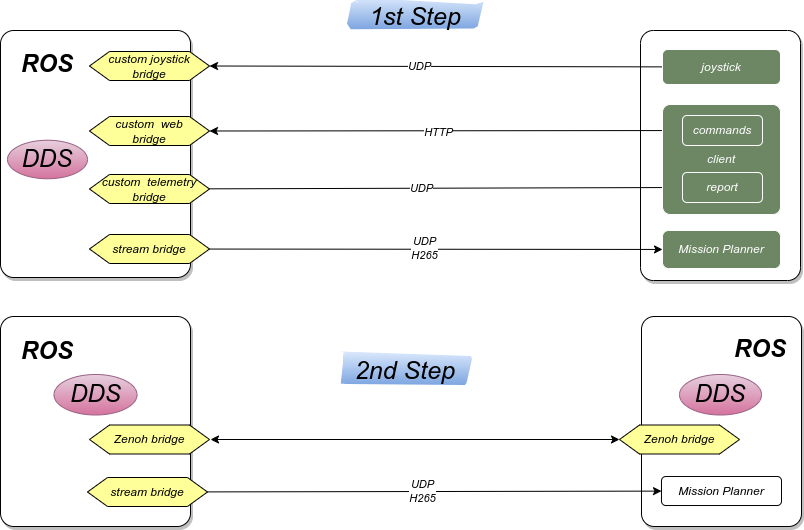
This is images/domains.drawio.png from ori-kruk/desgin, a draw.io export, as it was before one commit. Source tidied: cells renumbered, new cells last; positions are measured from the earlier drawing's top-left corner, leaving out a move shared by most shapes.
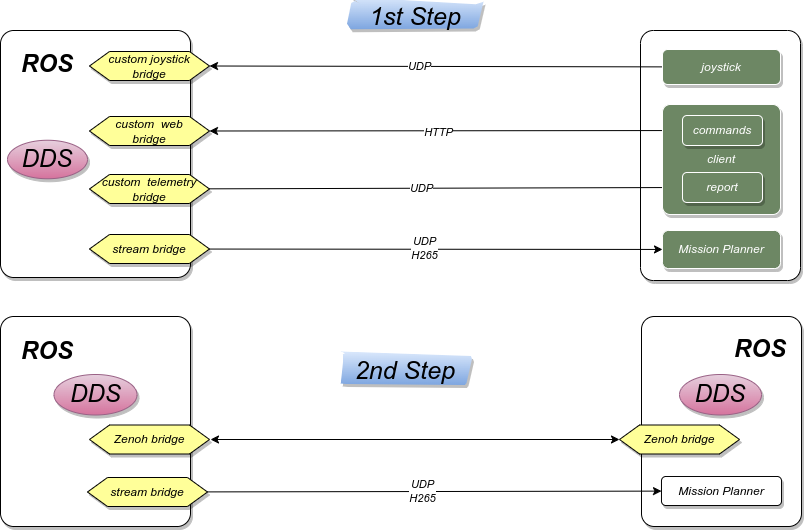
Above is the later version.

The edit, as a diff of the source:
```diff
@@ -8,13 +8,13 @@
     <mxCell id="3" style="rounded=1;whiteSpace=wrap;html=1;arcSize=7;fontStyle=2;shadow=1;" parent="1" vertex="1">
       <mxGeometry y="30" width="190" height="247" as="geometry" />
     </mxCell>
-    <mxCell id="4" value="custom joystick&lt;br&gt;bridge" style="shape=hexagon;perimeter=hexagonPerimeter2;whiteSpace=wrap;html=1;fixedSize=1;fontStyle=2;fillColor=#FFFF99;strokeColor=default;strokeWidth=1;perimeterSpacing=0;fontColor=#000000;" parent="1" vertex="1">
+    <mxCell id="4" value="custom joystick&lt;br&gt;bridge" style="shape=hexagon;perimeter=hexagonPerimeter2;whiteSpace=wrap;html=1;fixedSize=1;fontStyle=2;fillColor=#FFFF99;strokeColor=default;strokeWidth=1;perimeterSpacing=0;fontColor=#000000;shadow=1;" parent="1" vertex="1">
       <mxGeometry x="89" y="51" width="120" height="29" as="geometry" />
     </mxCell>
     <mxCell id="5" value="UDP" style="edgeStyle=none;html=1;entryX=1;entryY=0.5;entryDx=0;entryDy=0;fontStyle=2;" parent="1" edge="1" source="6" target="4">
       <mxGeometry x="0.07" relative="1" as="geometry" />
     </mxCell>
-    <mxCell id="6" value="joystick" style="rounded=1;whiteSpace=wrap;html=1;fillColor=#6d8764;fontColor=#ffffff;strokeColor=#FFFFFF;fontStyle=2;" parent="1" vertex="1">
+    <mxCell id="6" value="joystick" style="rounded=1;whiteSpace=wrap;html=1;fillColor=#6d8764;fontColor=#ffffff;strokeColor=#FFFFFF;fontStyle=2;shadow=1;" parent="1" vertex="1">
       <mxGeometry x="662" y="49" width="118" height="35" as="geometry" />
     </mxCell>
     <mxCell id="7" style="edgeStyle=none;html=1;entryX=1;entryY=0.5;entryDx=0;entryDy=0;fontStyle=2;" parent="1" edge="1" source="34" target="9">
@@ -25,13 +25,13 @@
         <mxPoint x="91" y="3" as="offset" />
       </mxGeometry>
     </mxCell>
-    <mxCell id="9" value="custom&amp;nbsp; web&lt;br&gt;bridge" style="shape=hexagon;perimeter=hexagonPerimeter2;whiteSpace=wrap;html=1;fixedSize=1;fontStyle=2;fillColor=#FFFF99;fontColor=#000000;strokeWidth=1;" parent="1" vertex="1">
+    <mxCell id="9" value="custom&amp;nbsp; web&lt;br&gt;bridge" style="shape=hexagon;perimeter=hexagonPerimeter2;whiteSpace=wrap;html=1;fixedSize=1;fontStyle=2;fillColor=#FFFF99;fontColor=#000000;strokeWidth=1;shadow=1;" parent="1" vertex="1">
       <mxGeometry x="89" y="116" width="120" height="29" as="geometry" />
     </mxCell>
     <mxCell id="10" value="UDP" style="edgeStyle=none;html=1;entryX=0;entryY=0.5;entryDx=0;entryDy=0;fontStyle=2;" parent="1" edge="1" source="11" target="35">
       <mxGeometry x="-0.11" relative="1" as="geometry" />
     </mxCell>
-    <mxCell id="11" value="custom&amp;nbsp; telemetry&lt;br&gt;bridge" style="shape=hexagon;perimeter=hexagonPerimeter2;whiteSpace=wrap;html=1;fixedSize=1;fontStyle=2;fillColor=#FFFF99;fontColor=#000000;strokeWidth=1;" parent="1" vertex="1">
+    <mxCell id="11" value="custom&amp;nbsp; telemetry&lt;br&gt;bridge" style="shape=hexagon;perimeter=hexagonPerimeter2;whiteSpace=wrap;html=1;fixedSize=1;fontStyle=2;fillColor=#FFFF99;fontColor=#000000;strokeWidth=1;shadow=1;" parent="1" vertex="1">
       <mxGeometry x="89" y="174" width="120" height="29" as="geometry" />
     </mxCell>
     <mxCell id="12" style="edgeStyle=none;html=1;fontStyle=2;" parent="1" edge="1" source="14" target="15">
@@ -42,10 +42,10 @@
         <mxPoint x="16" as="offset" />
       </mxGeometry>
     </mxCell>
-    <mxCell id="14" value="stream bridge" style="shape=hexagon;perimeter=hexagonPerimeter2;whiteSpace=wrap;html=1;fixedSize=1;fontStyle=2;fillColor=#FFFF99;fontColor=#000000;strokeWidth=1;gradientColor=none;fillStyle=auto;" parent="1" vertex="1">
+    <mxCell id="14" value="stream bridge" style="shape=hexagon;perimeter=hexagonPerimeter2;whiteSpace=wrap;html=1;fixedSize=1;fontStyle=2;fillColor=#FFFF99;fontColor=#000000;strokeWidth=1;gradientColor=none;fillStyle=auto;shadow=1;" parent="1" vertex="1">
       <mxGeometry x="89" y="234" width="120" height="29" as="geometry" />
     </mxCell>
-    <mxCell id="15" value="Mission Planner" style="rounded=1;whiteSpace=wrap;html=1;fillColor=#6d8764;fontColor=#ffffff;strokeColor=#FFFFFF;fontStyle=2;" parent="1" vertex="1">
+    <mxCell id="15" value="Mission Planner" style="rounded=1;whiteSpace=wrap;html=1;fillColor=#6d8764;fontColor=#ffffff;strokeColor=#FFFFFF;fontStyle=2;shadow=1;" parent="1" vertex="1">
       <mxGeometry x="662" y="230" width="118" height="38" as="geometry" />
     </mxCell>
     <mxCell id="16" value="ROS" style="text;strokeColor=none;align=center;fillColor=none;html=1;verticalAlign=middle;whiteSpace=wrap;rounded=0;fontStyle=3;fontSize=24;" parent="1" vertex="1">
@@ -65,10 +65,10 @@
         <mxPoint x="16" as="offset" />
       </mxGeometry>
     </mxCell>
-    <mxCell id="21" value="stream bridge" style="shape=hexagon;perimeter=hexagonPerimeter2;whiteSpace=wrap;html=1;fixedSize=1;fontStyle=2;fillColor=#FFFF99;fontColor=#000000;strokeWidth=1;" parent="1" vertex="1">
+    <mxCell id="21" value="stream bridge" style="shape=hexagon;perimeter=hexagonPerimeter2;whiteSpace=wrap;html=1;fixedSize=1;fontStyle=2;fillColor=#FFFF99;fontColor=#000000;strokeWidth=1;shadow=1;" parent="1" vertex="1">
       <mxGeometry x="87" y="477" width="120" height="29" as="geometry" />
     </mxCell>
-    <mxCell id="22" value="Mission Planner" style="rounded=1;whiteSpace=wrap;html=1;fontStyle=2;" parent="1" vertex="1">
+    <mxCell id="22" value="Mission Planner" style="rounded=1;whiteSpace=wrap;html=1;fontStyle=2;shadow=1;" parent="1" vertex="1">
       <mxGeometry x="661" y="476" width="120" height="29" as="geometry" />
     </mxCell>
     <mxCell id="23" value="ROS" style="text;strokeColor=none;align=center;fillColor=none;html=1;verticalAlign=middle;whiteSpace=wrap;rounded=0;fontStyle=3;fontSize=24;" parent="1" vertex="1">
@@ -77,10 +77,10 @@
     <mxCell id="24" value="ROS" style="text;strokeColor=none;align=center;fillColor=none;html=1;verticalAlign=middle;whiteSpace=wrap;rounded=0;fontStyle=3;fontSize=24;glass=0;" parent="1" vertex="1">
       <mxGeometry x="730" y="334" width="60" height="30" as="geometry" />
     </mxCell>
-    <mxCell id="25" value="Zenoh bridge" style="shape=hexagon;perimeter=hexagonPerimeter2;whiteSpace=wrap;html=1;fixedSize=1;fontStyle=2;fillColor=#FFFF99;fontColor=#000000;strokeWidth=1;" parent="1" vertex="1">
+    <mxCell id="25" value="Zenoh bridge" style="shape=hexagon;perimeter=hexagonPerimeter2;whiteSpace=wrap;html=1;fixedSize=1;fontStyle=2;fillColor=#FFFF99;fontColor=#000000;strokeWidth=1;shadow=1;" parent="1" vertex="1">
       <mxGeometry x="89" y="424.5" width="120" height="29" as="geometry" />
     </mxCell>
-    <mxCell id="26" value="Zenoh bridge" style="shape=hexagon;perimeter=hexagonPerimeter2;whiteSpace=wrap;html=1;fixedSize=1;fontStyle=2;rounded=0;fillColor=#FFFF99;fontColor=#000000;strokeWidth=1;" parent="1" vertex="1">
+    <mxCell id="26" value="Zenoh bridge" style="shape=hexagon;perimeter=hexagonPerimeter2;whiteSpace=wrap;html=1;fixedSize=1;fontStyle=2;rounded=0;fillColor=#FFFF99;fontColor=#000000;strokeWidth=1;shadow=1;" parent="1" vertex="1">
       <mxGeometry x="619" y="424.5" width="120" height="29" as="geometry" />
     </mxCell>
     <mxCell id="27" style="endArrow=classic;startArrow=classic;html=1;fontSize=24;entryX=0;entryY=0.5;entryDx=0;entryDy=0;fontStyle=2;" parent="1" edge="1" target="26">
@@ -88,28 +88,28 @@
         <mxPoint x="210" y="439" as="sourcePoint" />
       </mxGeometry>
     </mxCell>
-    <mxCell id="28" value="DDS" style="ellipse;whiteSpace=wrap;html=1;fontSize=24;fillColor=#e6d0de;gradientColor=#d5739d;strokeColor=#996185;fontStyle=2;" parent="1" vertex="1">
+    <mxCell id="28" value="DDS" style="ellipse;whiteSpace=wrap;html=1;fontSize=24;fillColor=#e6d0de;gradientColor=#d5739d;strokeColor=#996185;fontStyle=2;shadow=1;" parent="1" vertex="1">
       <mxGeometry x="679" y="374" width="82" height="40.5" as="geometry" />
     </mxCell>
-    <mxCell id="29" value="1st Step" style="text;strokeColor=none;align=center;fillColor=#dae8fc;html=1;verticalAlign=middle;whiteSpace=wrap;rounded=1;fontSize=25;gradientColor=#7ea6e0;fontStyle=2;sketch=1;curveFitting=1;jiggle=2;glass=0;" parent="1" vertex="1">
+    <mxCell id="29" value="1st Step" style="text;strokeColor=none;align=center;fillColor=#dae8fc;html=1;verticalAlign=middle;whiteSpace=wrap;rounded=1;fontSize=25;gradientColor=#7ea6e0;fontStyle=2;sketch=1;curveFitting=1;jiggle=2;glass=0;shadow=1;" parent="1" vertex="1">
       <mxGeometry x="349.5" width="130" height="30" as="geometry" />
     </mxCell>
-    <mxCell id="30" value="2nd Step" style="text;strokeColor=none;align=center;fillColor=#dae8fc;html=1;verticalAlign=middle;whiteSpace=wrap;rounded=1;fontSize=25;gradientColor=#7ea6e0;fontStyle=2;glass=0;sketch=1;curveFitting=1;jiggle=2;" parent="1" vertex="1">
+    <mxCell id="30" value="2nd Step" style="text;strokeColor=none;align=center;fillColor=#dae8fc;html=1;verticalAlign=middle;whiteSpace=wrap;rounded=1;fontSize=25;gradientColor=#7ea6e0;fontStyle=2;glass=0;sketch=1;curveFitting=1;jiggle=2;shadow=1;" parent="1" vertex="1">
       <mxGeometry x="340" y="354" width="130" height="30" as="geometry" />
     </mxCell>
-    <mxCell id="31" value="DDS" style="ellipse;whiteSpace=wrap;html=1;fontSize=24;fillColor=#e6d0de;gradientColor=#d5739d;strokeColor=#996185;fontStyle=2;" parent="1" vertex="1">
+    <mxCell id="31" value="DDS" style="ellipse;whiteSpace=wrap;html=1;fontSize=24;fillColor=#e6d0de;gradientColor=#d5739d;strokeColor=#996185;fontStyle=2;shadow=1;" parent="1" vertex="1">
       <mxGeometry x="53.5" y="374" width="83" height="40.5" as="geometry" />
     </mxCell>
-    <mxCell id="32" value="DDS" style="ellipse;whiteSpace=wrap;html=1;fontSize=24;fillColor=#e6d0de;strokeColor=#996185;gradientColor=#d5739d;fontStyle=2;" parent="1" vertex="1">
+    <mxCell id="32" value="DDS" style="ellipse;whiteSpace=wrap;html=1;fontSize=24;fillColor=#e6d0de;strokeColor=#996185;gradientColor=#d5739d;fontStyle=2;shadow=1;" parent="1" vertex="1">
       <mxGeometry x="7" y="139.8" width="80" height="38.5" as="geometry" />
     </mxCell>
-    <mxCell id="33" value="client" style="whiteSpace=wrap;html=1;fillColor=#6d8764;fontColor=#ffffff;strokeColor=#FFFFFF;fontStyle=2;rounded=1;arcSize=7;" parent="1" vertex="1">
+    <mxCell id="33" value="client" style="whiteSpace=wrap;html=1;fillColor=#6d8764;fontColor=#ffffff;strokeColor=#FFFFFF;fontStyle=2;rounded=1;arcSize=7;shadow=1;" parent="1" vertex="1">
       <mxGeometry x="662" y="104" width="118" height="110" as="geometry" />
     </mxCell>
-    <mxCell id="34" value="commands" style="rounded=1;whiteSpace=wrap;html=1;fillColor=#6d8764;fontColor=#ffffff;strokeColor=#FFFFFF;fontStyle=2;" parent="1" vertex="1">
+    <mxCell id="34" value="commands" style="rounded=1;whiteSpace=wrap;html=1;fillColor=#6d8764;fontColor=#ffffff;strokeColor=#FFFFFF;fontStyle=2;shadow=1;" parent="1" vertex="1">
       <mxGeometry x="682" y="115" width="80" height="30" as="geometry" />
     </mxCell>
-    <mxCell id="35" value="report" style="rounded=1;whiteSpace=wrap;html=1;fillColor=#6d8764;fontColor=#ffffff;strokeColor=#FFFFFF;fontStyle=2;" parent="1" vertex="1">
+    <mxCell id="35" value="report" style="rounded=1;whiteSpace=wrap;html=1;fillColor=#6d8764;fontColor=#ffffff;strokeColor=#FFFFFF;fontStyle=2;shadow=1;" parent="1" vertex="1">
       <mxGeometry x="682" y="172" width="80" height="30" as="geometry" />
     </mxCell>
   </root>
```
